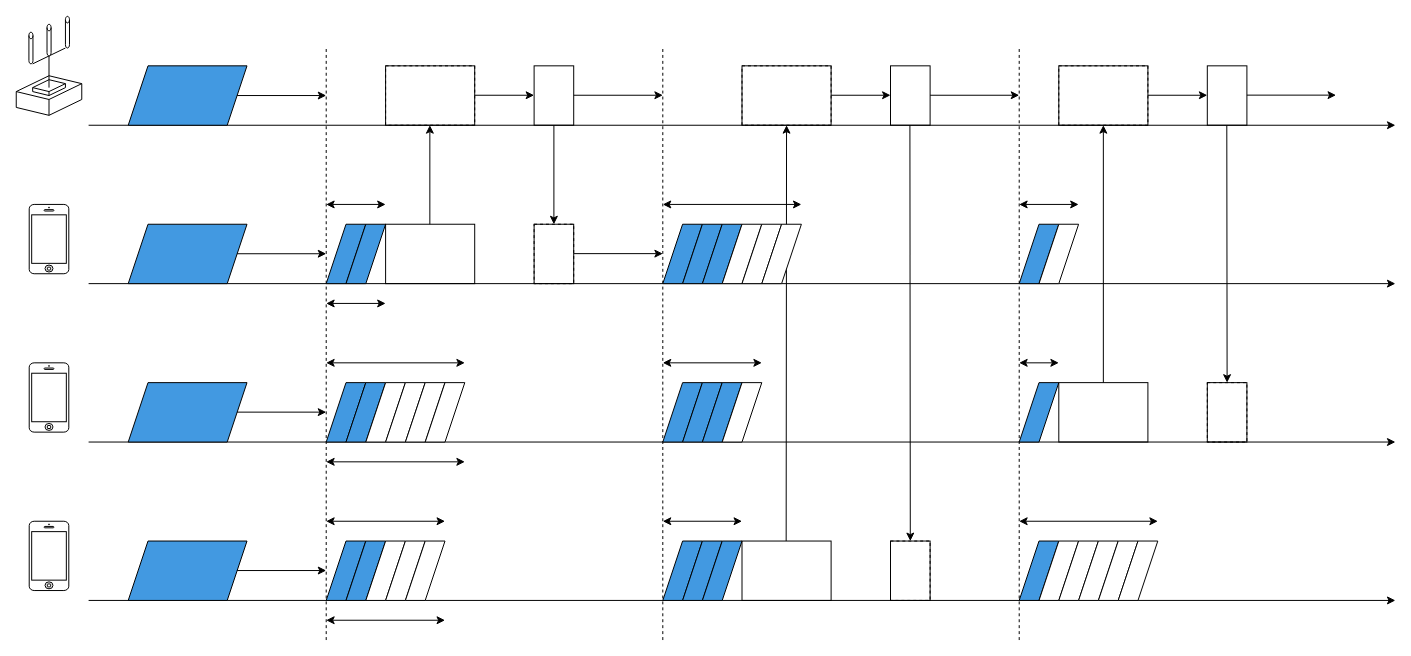
Earlier version of the draw.io diagram paper/assets/csmaca-s.drawio (ShitaLab-TMCIT/IEEE802.11simulator). Source tidied: cells renumbered, new cells numbered last; positions are measured from the earlier drawing's top-left corner, leaving out a move shared by most shapes. Both pictures are drawn from the tidied source at 99%, with x=0, y=0 at pixel (16, 16).
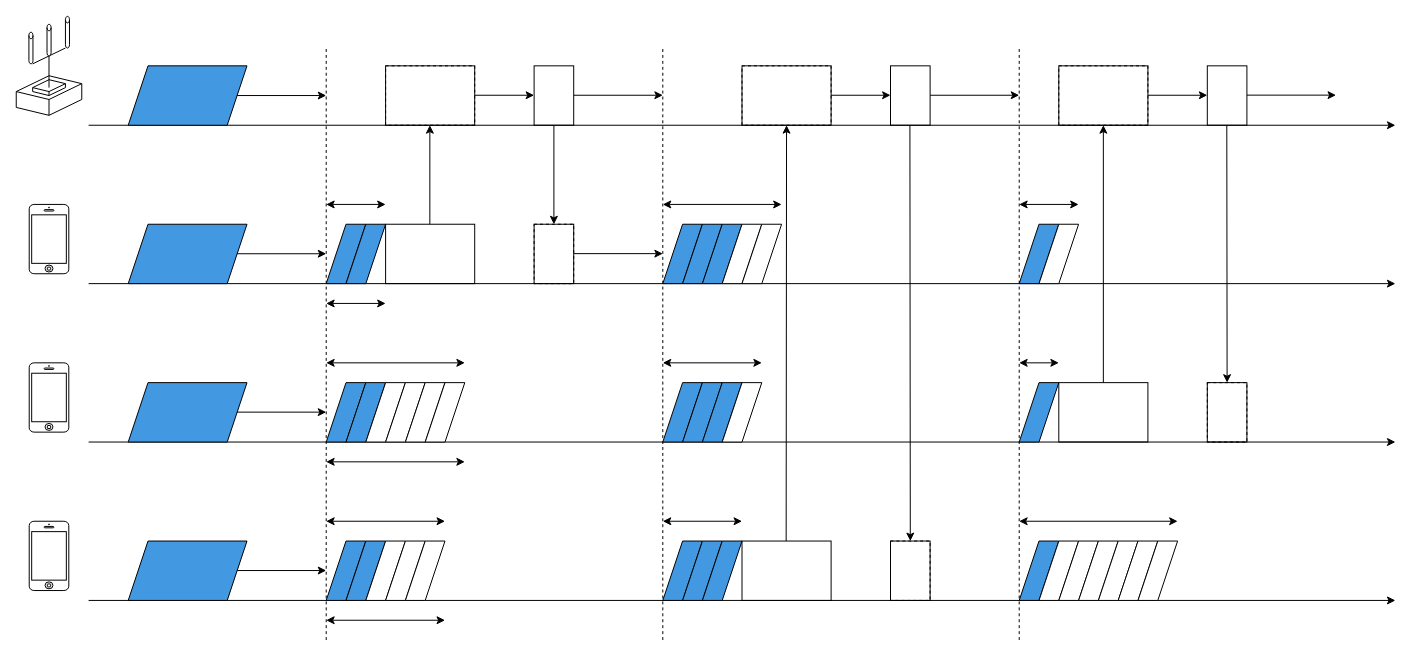
The same page after the edit.

The edit, as a diff of the source:
```diff
@@
-    <mxCell id="78" style="shape=parallelogram;perimeter=parallelogramPerimeter;whiteSpace=wrap;html=1;fixedSize=1;fillColor=default;size=20;" parent="1" vertex="1">
-      <mxGeometry x="753" y="210" width="40" height="60" as="geometry" />
-    </mxCell>
@@
     <mxCell id="110" style="endArrow=classic;startArrow=classic;html=1;rounded=0;" parent="1" edge="1">
       <mxGeometry relative="1" as="geometry">
         <mxPoint x="653" y="190" as="sourcePoint" />
-        <mxPoint x="793" y="190" as="targetPoint" />
+        <mxPoint x="773" y="190" as="targetPoint" />
       </mxGeometry>
     </mxCell>
@@
     <mxCell id="115" style="endArrow=classic;startArrow=classic;html=1;rounded=0;" parent="1" edge="1">
       <mxGeometry relative="1" as="geometry">
         <mxPoint x="1013" y="510" as="sourcePoint" />
-        <mxPoint x="1153" y="510" as="targetPoint" />
+        <mxPoint x="1173" y="510" as="targetPoint" />
       </mxGeometry>
     </mxCell>
@@
+    <mxCell id="122" style="shape=parallelogram;perimeter=parallelogramPerimeter;whiteSpace=wrap;html=1;fixedSize=1;fillColor=default;size=20;" parent="1" vertex="1">
+      <mxGeometry x="1133" y="530" width="40" height="60" as="geometry" />
+    </mxCell>
```
